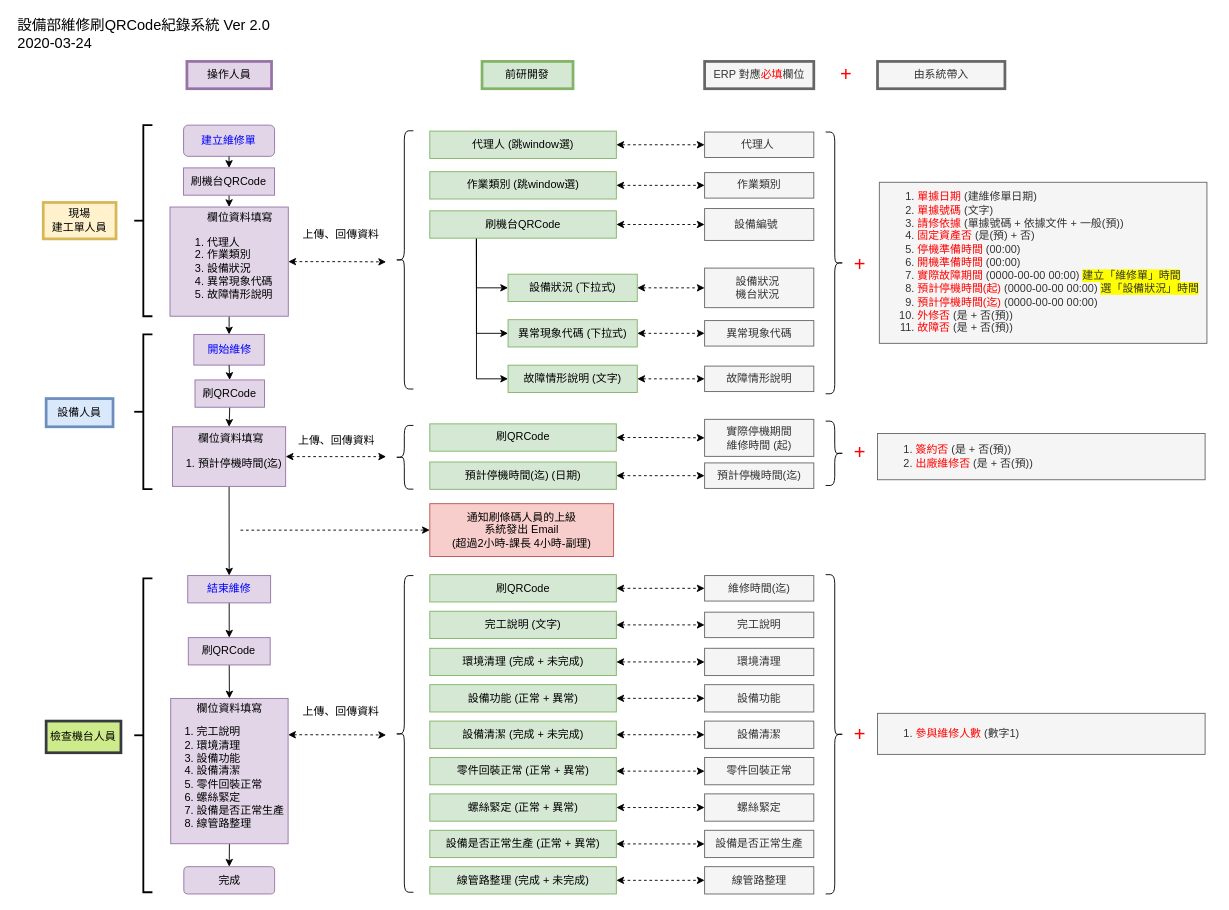
Before: 0325.drawio in tinalolo/drowio, a draw.io diagram. Source tidied: cells renumbered, new cells numbered last; positions are measured from the earlier drawing's top-left corner, leaving out a move shared by most shapes. Both pictures are drawn from the tidied source at 91%, with x=0, y=0 at pixel (15, 15).
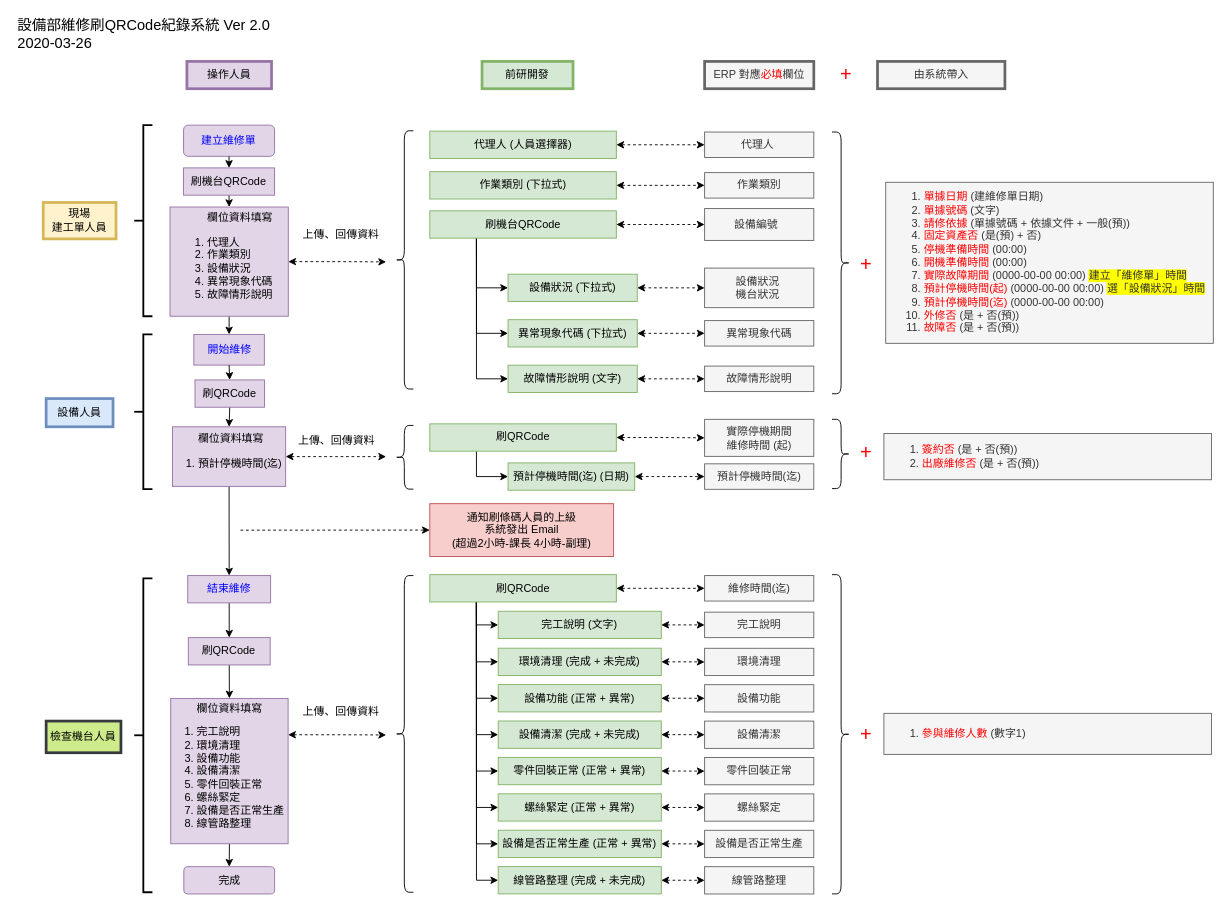
The same page after the edit.

The change refers to these unchanged cells:
```xml
<mxCell id="42" value="刷QRCode" style="text;html=1;strokeColor=#82b366;fillColor=#d5e8d4;align=center;verticalAlign=middle;whiteSpace=wrap;rounded=0;strokeWidth=1;labelPosition=center;verticalLabelPosition=middle;spacingLeft=0;" parent="1" vertex="1">
  <mxGeometry x="454.8" y="448.3" width="205" height="30" as="geometry" />
</mxCell>
<mxCell id="48" value="刷QRCode" style="text;html=1;strokeColor=#82b366;fillColor=#d5e8d4;align=center;verticalAlign=middle;whiteSpace=wrap;rounded=0;strokeWidth=1;labelPosition=center;verticalLabelPosition=middle;spacingLeft=0;" parent="1" vertex="1">
  <mxGeometry x="454.8" y="614" width="205" height="30" as="geometry" />
</mxCell>
```

What changed in the source:
```diff
@@
-    <mxCell id="3" value="&lt;span lang=&quot;EN-US&quot; style=&quot;font-size: 16px&quot;&gt;設備部維修刷QRC&lt;span class=&quot;926482506-07022020&quot; style=&quot;font-size: 16px&quot;&gt;ode紀錄系統&amp;nbsp;&lt;/span&gt;&lt;/span&gt;Ver 2.0&lt;br style=&quot;font-size: 16px&quot;&gt;2020-03-24" style="text;html=1;align=left;verticalAlign=middle;fontSize=16;" parent="1" vertex="1">
+    <mxCell id="3" value="&lt;span lang=&quot;EN-US&quot; style=&quot;font-size: 16px&quot;&gt;設備部維修刷QRC&lt;span class=&quot;926482506-07022020&quot; style=&quot;font-size: 16px&quot;&gt;ode紀錄系統&amp;nbsp;&lt;/span&gt;&lt;/span&gt;Ver 2.0&lt;br style=&quot;font-size: 16px&quot;&gt;2020-03-26" style="text;html=1;align=left;verticalAlign=middle;fontSize=16;" parent="1" vertex="1">
       <mxGeometry width="290" height="40" as="geometry" />
     </mxCell>
@@
-    <mxCell id="20" value="&lt;div&gt;&lt;span&gt;代理人 (跳window選)&lt;/span&gt;&lt;/div&gt;" style="text;html=1;strokeColor=#82b366;fillColor=#d5e8d4;align=center;verticalAlign=middle;whiteSpace=wrap;rounded=0;strokeWidth=1;labelPosition=center;verticalLabelPosition=middle;spacingLeft=0;" parent="1" vertex="1">
+    <mxCell id="20" value="&lt;div&gt;&lt;span&gt;代理人 (人員選擇器)&lt;/span&gt;&lt;/div&gt;" style="text;html=1;strokeColor=#82b366;fillColor=#d5e8d4;align=center;verticalAlign=middle;whiteSpace=wrap;rounded=0;strokeWidth=1;labelPosition=center;verticalLabelPosition=middle;spacingLeft=0;" parent="1" vertex="1">
       <mxGeometry x="454.8" y="126.6" width="205" height="30" as="geometry" />
     </mxCell>
@@
-    <mxCell id="22" value="&lt;span style=&quot;text-align: left&quot;&gt;作業類別 (跳window選)&lt;/span&gt;" style="text;html=1;strokeColor=#82b366;fillColor=#d5e8d4;align=center;verticalAlign=middle;whiteSpace=wrap;rounded=0;strokeWidth=1;labelPosition=center;verticalLabelPosition=middle;spacingLeft=0;" parent="1" vertex="1">
+    <mxCell id="22" value="&lt;span style=&quot;text-align: left&quot;&gt;作業類別 (下拉式)&lt;/span&gt;" style="text;html=1;strokeColor=#82b366;fillColor=#d5e8d4;align=center;verticalAlign=middle;whiteSpace=wrap;rounded=0;strokeWidth=1;labelPosition=center;verticalLabelPosition=middle;spacingLeft=0;" parent="1" vertex="1">
       <mxGeometry x="454.8" y="171.2" width="205" height="30" as="geometry" />
     </mxCell>
@@
     <mxCell id="30" value="&lt;ol&gt;&lt;li&gt;&lt;font color=&quot;#ff0000&quot; style=&quot;white-space: nowrap&quot;&gt;單據日期&lt;/font&gt;&lt;span style=&quot;white-space: nowrap&quot;&gt;&amp;nbsp;(建維修單日期)&lt;/span&gt;&lt;br&gt;&lt;/li&gt;&lt;li&gt;&lt;font style=&quot;line-height: 120%&quot;&gt;&lt;font color=&quot;#ff0000&quot; style=&quot;white-space: nowrap&quot;&gt;單據號碼 &lt;/font&gt;&lt;font style=&quot;white-space: nowrap&quot;&gt;(文字)&lt;/font&gt;&lt;/font&gt;&lt;/li&gt;&lt;li&gt;&lt;font style=&quot;line-height: 120%&quot;&gt;&lt;span style=&quot;text-align: center&quot;&gt;&lt;font color=&quot;#ff0000&quot;&gt;請修依據&lt;/font&gt; (單據號碼 + 依據文件 + 一般(&lt;/span&gt;&lt;span style=&quot;text-align: center&quot;&gt;預&lt;/span&gt;&lt;span style=&quot;text-align: center&quot;&gt;))&lt;/span&gt;&lt;span style=&quot;white-space: nowrap&quot;&gt;&amp;nbsp;&lt;/span&gt;&lt;/font&gt;&lt;/li&gt;&lt;li&gt;&lt;font style=&quot;line-height: 120%&quot;&gt;&lt;font color=&quot;#ff0000&quot; style=&quot;white-space: nowrap&quot;&gt;固定資產否&lt;/font&gt;&lt;span style=&quot;white-space: nowrap&quot;&gt;&amp;nbsp;(是(預) + 否)&lt;/span&gt;&lt;/font&gt;&lt;/li&gt;&lt;li&gt;&lt;font style=&quot;line-height: 120%&quot;&gt;&lt;font color=&quot;#ff0000&quot; style=&quot;white-space: nowrap&quot;&gt;停機準備時間&lt;/font&gt;&lt;span style=&quot;white-space: nowrap&quot;&gt;&amp;nbsp;(00:00)&lt;/span&gt;&lt;/font&gt;&lt;/li&gt;&lt;li&gt;&lt;font style=&quot;line-height: 120%&quot;&gt;&lt;font color=&quot;#ff0000&quot; style=&quot;white-space: nowrap&quot;&gt;開機準備時間&lt;/font&gt;&lt;span style=&quot;white-space: nowrap&quot;&gt;&amp;nbsp;(00:00)&lt;/span&gt;&lt;/font&gt;&lt;/li&gt;&lt;li&gt;&lt;font style=&quot;line-height: 120%&quot;&gt;&lt;font color=&quot;#ff0000&quot; style=&quot;white-space: nowrap&quot;&gt;實際故障期間&lt;/font&gt;&lt;span style=&quot;white-space: nowrap&quot;&gt;&amp;nbsp;(0000-00-00 00:00)&amp;nbsp;&lt;/span&gt;&lt;span style=&quot;white-space: nowrap ; background-color: rgb(255 , 255 , 0)&quot;&gt;建立「維修單」時間&lt;/span&gt;&lt;/font&gt;&lt;/li&gt;&lt;li&gt;&lt;font style=&quot;line-height: 120%&quot;&gt;&lt;font color=&quot;#ff0000&quot; style=&quot;white-space: nowrap&quot;&gt;預計停機時間(起)&lt;/font&gt;&lt;span style=&quot;white-space: nowrap&quot;&gt;&amp;nbsp;&lt;/span&gt;&lt;span style=&quot;white-space: nowrap&quot;&gt;(0000-00-00 00:00) &lt;span style=&quot;background-color: rgb(255 , 255 , 0)&quot;&gt;選「設備狀況」時間&lt;/span&gt;&lt;/span&gt;&lt;/font&gt;&lt;/li&gt;&lt;li&gt;&lt;font style=&quot;line-height: 120%&quot;&gt;&lt;font color=&quot;#ff0000&quot; style=&quot;white-space: nowrap&quot;&gt;預計停機時間(迄)&lt;/font&gt;&lt;font color=&quot;#007fff&quot; style=&quot;white-space: nowrap&quot;&gt;&amp;nbsp;&lt;/font&gt;&lt;font style=&quot;white-space: nowrap&quot;&gt;(0000-00-00 00:00)&lt;/font&gt;&lt;/font&gt;&lt;/li&gt;&lt;li&gt;&lt;font style=&quot;line-height: 120%&quot;&gt;&lt;font color=&quot;#ff0000&quot; style=&quot;white-space: nowrap&quot;&gt;外修否&lt;/font&gt;&lt;span style=&quot;white-space: nowrap&quot;&gt;&amp;nbsp;(是 + 否(預))&lt;/span&gt;&lt;/font&gt;&lt;/li&gt;&lt;li&gt;&lt;font style=&quot;line-height: 120%&quot;&gt;&lt;font color=&quot;#ff0000&quot; style=&quot;white-space: nowrap&quot;&gt;故障否&lt;/font&gt;&lt;span style=&quot;white-space: nowrap&quot;&gt;&amp;nbsp;(是 + 否(預))&amp;nbsp;&amp;nbsp;&lt;/span&gt;&lt;/font&gt;&lt;/li&gt;&lt;/ol&gt;" style="rounded=0;whiteSpace=wrap;html=1;strokeColor=#666666;strokeWidth=1;fontSize=12;align=left;fillColor=#f5f5f5;fontColor=#333333;" parent="1" vertex="1">
-      <mxGeometry x="948.8" y="182.8" width="360" height="177" as="geometry" />
+      <mxGeometry x="955.8" y="182.8" width="360" height="177" as="geometry" />
     </mxCell>
@@
+    <mxCell id="107" style="edgeStyle=orthogonalEdgeStyle;rounded=0;jettySize=auto;html=1;exitX=0.25;exitY=1;exitDx=0;exitDy=0;entryX=0;entryY=0.5;entryDx=0;entryDy=0;startArrow=none;startFill=0;endArrow=classic;endFill=1;fontSize=12;fontColor=#FF0000;" parent="1" edge="1" source="42" target="44">
+      <mxGeometry relative="1" as="geometry" />
+    </mxCell>
@@
     <mxCell id="44" value="預計停機時間(迄) (日期)" style="text;html=1;strokeColor=#82b366;fillColor=#d5e8d4;align=center;verticalAlign=middle;whiteSpace=wrap;rounded=0;strokeWidth=1;labelPosition=center;verticalLabelPosition=middle;spacingLeft=0;" parent="1" vertex="1">
-      <mxGeometry x="454.8" y="490.2" width="205" height="30" as="geometry" />
+      <mxGeometry x="540.8" y="491.2" width="139.2" height="30" as="geometry" />
     </mxCell>
@@
+    <mxCell id="108" style="edgeStyle=orthogonalEdgeStyle;rounded=0;jettySize=auto;html=1;exitX=0.25;exitY=1;exitDx=0;exitDy=0;entryX=0;entryY=0.5;entryDx=0;entryDy=0;startArrow=none;startFill=0;endArrow=classic;endFill=1;fontSize=12;fontColor=#FF0000;" parent="1" edge="1" source="48" target="50">
+      <mxGeometry relative="1" as="geometry">
+        <Array as="points">
+          <mxPoint x="506" y="669" />
+        </Array>
+      </mxGeometry>
+    </mxCell>
+    <mxCell id="109" style="edgeStyle=orthogonalEdgeStyle;rounded=0;jettySize=auto;html=1;exitX=0.25;exitY=1;exitDx=0;exitDy=0;entryX=0;entryY=0.5;entryDx=0;entryDy=0;startArrow=none;startFill=0;endArrow=classic;endFill=1;fontSize=12;fontColor=#FF0000;" parent="1" edge="1" source="48" target="53">
+      <mxGeometry relative="1" as="geometry" />
+    </mxCell>
+    <mxCell id="110" style="edgeStyle=orthogonalEdgeStyle;rounded=0;jettySize=auto;html=1;exitX=0.25;exitY=1;exitDx=0;exitDy=0;entryX=0;entryY=0.5;entryDx=0;entryDy=0;startArrow=none;startFill=0;endArrow=classic;endFill=1;fontSize=12;fontColor=#FF0000;" parent="1" edge="1" source="48" target="55">
+      <mxGeometry relative="1" as="geometry" />
+    </mxCell>
+    <mxCell id="111" style="edgeStyle=orthogonalEdgeStyle;rounded=0;jettySize=auto;html=1;exitX=0.25;exitY=1;exitDx=0;exitDy=0;entryX=0;entryY=0.5;entryDx=0;entryDy=0;startArrow=none;startFill=0;endArrow=classic;endFill=1;fontSize=12;fontColor=#FF0000;" parent="1" edge="1" source="48" target="57">
+      <mxGeometry relative="1" as="geometry" />
+    </mxCell>
+    <mxCell id="112" style="edgeStyle=orthogonalEdgeStyle;rounded=0;jettySize=auto;html=1;exitX=0.25;exitY=1;exitDx=0;exitDy=0;entryX=0;entryY=0.5;entryDx=0;entryDy=0;startArrow=none;startFill=0;endArrow=classic;endFill=1;fontSize=12;fontColor=#FF0000;" parent="1" edge="1" source="48" target="59">
+      <mxGeometry relative="1" as="geometry" />
+    </mxCell>
+    <mxCell id="113" style="edgeStyle=orthogonalEdgeStyle;rounded=0;jettySize=auto;html=1;exitX=0.25;exitY=1;exitDx=0;exitDy=0;entryX=0;entryY=0.5;entryDx=0;entryDy=0;startArrow=none;startFill=0;endArrow=classic;endFill=1;fontSize=12;fontColor=#FF0000;" parent="1" edge="1" source="48" target="61">
+      <mxGeometry relative="1" as="geometry" />
+    </mxCell>
+    <mxCell id="114" style="edgeStyle=orthogonalEdgeStyle;rounded=0;jettySize=auto;html=1;exitX=0.25;exitY=1;exitDx=0;exitDy=0;entryX=0;entryY=0.5;entryDx=0;entryDy=0;startArrow=none;startFill=0;endArrow=classic;endFill=1;fontSize=12;fontColor=#FF0000;" parent="1" edge="1" source="48" target="63">
+      <mxGeometry relative="1" as="geometry" />
+    </mxCell>
+    <mxCell id="115" style="edgeStyle=orthogonalEdgeStyle;rounded=0;jettySize=auto;html=1;exitX=0.25;exitY=1;exitDx=0;exitDy=0;entryX=0;entryY=0.5;entryDx=0;entryDy=0;startArrow=none;startFill=0;endArrow=classic;endFill=1;fontSize=12;fontColor=#FF0000;" parent="1" edge="1" source="48" target="65">
+      <mxGeometry relative="1" as="geometry" />
+    </mxCell>
@@
     <mxCell id="50" value="完工說明 (文字)" style="text;html=1;strokeColor=#82b366;fillColor=#d5e8d4;align=center;verticalAlign=middle;whiteSpace=wrap;rounded=0;strokeWidth=1;labelPosition=center;verticalLabelPosition=middle;spacingLeft=0;" parent="1" vertex="1">
-      <mxGeometry x="454.8" y="654.2" width="205" height="30" as="geometry" />
+      <mxGeometry x="530" y="654.2" width="179.2" height="30" as="geometry" />
     </mxCell>
@@
     <mxCell id="53" value="&lt;span style=&quot;text-align: left ; white-space: nowrap&quot;&gt;環境清理 (完成 + 未完成)&lt;/span&gt;" style="text;html=1;strokeColor=#82b366;fillColor=#d5e8d4;align=center;verticalAlign=middle;whiteSpace=wrap;rounded=0;strokeWidth=1;labelPosition=center;verticalLabelPosition=middle;spacingLeft=0;" parent="1" vertex="1">
-      <mxGeometry x="454.8" y="694.9" width="205" height="30" as="geometry" />
+      <mxGeometry x="530" y="694.8" width="179.2" height="30" as="geometry" />
     </mxCell>
@@
     <mxCell id="55" value="&lt;span style=&quot;text-align: left ; white-space: nowrap&quot;&gt;設備功能&amp;nbsp;&lt;/span&gt;&lt;span style=&quot;text-align: left ; white-space: nowrap&quot;&gt;(正常 + 異常)&lt;/span&gt;" style="text;html=1;strokeColor=#82b366;fillColor=#d5e8d4;align=center;verticalAlign=middle;whiteSpace=wrap;rounded=0;strokeWidth=1;labelPosition=center;verticalLabelPosition=middle;spacingLeft=0;" parent="1" vertex="1">
-      <mxGeometry x="454.8" y="734.9" width="205" height="30" as="geometry" />
+      <mxGeometry x="530" y="734.8" width="179.2" height="30" as="geometry" />
     </mxCell>
@@
     <mxCell id="57" value="&lt;span style=&quot;text-align: left ; white-space: nowrap&quot;&gt;設備清潔 (&lt;/span&gt;&lt;span style=&quot;text-align: left ; white-space: nowrap&quot;&gt;完成 + 未完成)&lt;/span&gt;" style="text;html=1;strokeColor=#82b366;fillColor=#d5e8d4;align=center;verticalAlign=middle;whiteSpace=wrap;rounded=0;strokeWidth=1;labelPosition=center;verticalLabelPosition=middle;spacingLeft=0;" parent="1" vertex="1">
-      <mxGeometry x="454.8" y="774.9" width="205" height="30" as="geometry" />
+      <mxGeometry x="530" y="774.8" width="179.2" height="30" as="geometry" />
     </mxCell>
@@
     <mxCell id="59" value="&lt;span style=&quot;text-align: left ; white-space: nowrap&quot;&gt;零件回裝正常 (&lt;/span&gt;&lt;span style=&quot;text-align: left ; white-space: nowrap&quot;&gt;正常 + 異常)&lt;/span&gt;" style="text;html=1;strokeColor=#82b366;fillColor=#d5e8d4;align=center;verticalAlign=middle;whiteSpace=wrap;rounded=0;strokeWidth=1;labelPosition=center;verticalLabelPosition=middle;spacingLeft=0;" parent="1" vertex="1">
-      <mxGeometry x="454.8" y="814.9" width="205" height="30" as="geometry" />
+      <mxGeometry x="530" y="814.8" width="179.2" height="30" as="geometry" />
     </mxCell>
@@
     <mxCell id="61" value="&lt;span style=&quot;text-align: left ; white-space: nowrap&quot;&gt;螺絲緊定&lt;/span&gt;&lt;span style=&quot;text-align: left ; white-space: nowrap&quot;&gt;&amp;nbsp;(&lt;/span&gt;&lt;span style=&quot;text-align: left ; white-space: nowrap&quot;&gt;正常 + 異常)&lt;/span&gt;" style="text;html=1;strokeColor=#82b366;fillColor=#d5e8d4;align=center;verticalAlign=middle;whiteSpace=wrap;rounded=0;strokeWidth=1;labelPosition=center;verticalLabelPosition=middle;spacingLeft=0;" parent="1" vertex="1">
-      <mxGeometry x="454.8" y="854.9" width="205" height="30" as="geometry" />
+      <mxGeometry x="530" y="854.8" width="179.2" height="30" as="geometry" />
     </mxCell>
@@
     <mxCell id="63" value="&lt;span style=&quot;text-align: left ; white-space: nowrap&quot;&gt;設備是否正常生產&lt;/span&gt;&lt;span style=&quot;text-align: left ; white-space: nowrap&quot;&gt;&amp;nbsp;(&lt;/span&gt;&lt;span style=&quot;text-align: left ; white-space: nowrap&quot;&gt;正常 + 異常)&lt;/span&gt;" style="text;html=1;strokeColor=#82b366;fillColor=#d5e8d4;align=center;verticalAlign=middle;whiteSpace=wrap;rounded=0;strokeWidth=1;labelPosition=center;verticalLabelPosition=middle;spacingLeft=0;" parent="1" vertex="1">
-      <mxGeometry x="454.8" y="894.9" width="205" height="30" as="geometry" />
+      <mxGeometry x="530" y="894.8" width="179.2" height="30" as="geometry" />
     </mxCell>
@@
     <mxCell id="65" value="&lt;span style=&quot;text-align: left ; white-space: nowrap&quot;&gt;線管路整理 (&lt;/span&gt;&lt;span style=&quot;text-align: left ; white-space: nowrap&quot;&gt;完成 + 未完成)&lt;/span&gt;" style="text;html=1;strokeColor=#82b366;fillColor=#d5e8d4;align=center;verticalAlign=middle;whiteSpace=wrap;rounded=0;strokeWidth=1;labelPosition=center;verticalLabelPosition=middle;spacingLeft=0;" parent="1" vertex="1">
-      <mxGeometry x="454.8" y="934.9" width="205" height="30" as="geometry" />
+      <mxGeometry x="530" y="934.8" width="179.2" height="30" as="geometry" />
     </mxCell>
@@
     <mxCell id="75" value="&lt;font style=&quot;font-size: 12px;&quot;&gt;&lt;span style=&quot;white-space: nowrap; font-size: 12px;&quot;&gt;預計停機時間(迄)&lt;/span&gt;&lt;br style=&quot;font-size: 12px;&quot;&gt;&lt;/font&gt;" style="rounded=0;whiteSpace=wrap;html=1;strokeColor=#666666;strokeWidth=1;fontSize=12;align=center;fillColor=#f5f5f5;verticalAlign=middle;horizontal=1;fontColor=#333333;" parent="1" vertex="1">
-      <mxGeometry x="756.8" y="491.2" width="120" height="28" as="geometry" />
+      <mxGeometry x="756.8" y="492.2" width="120" height="28" as="geometry" />
     </mxCell>
@@
     <mxCell id="88" value="&lt;font style=&quot;font-size: 12px ; line-height: 120%&quot;&gt;&lt;ol&gt;&lt;li&gt;&lt;span style=&quot;white-space: nowrap&quot;&gt;&lt;font color=&quot;#ff0000&quot;&gt;簽約否&lt;/font&gt; (是 + 否(預))&lt;/span&gt;&lt;/li&gt;&lt;li&gt;&lt;font style=&quot;font-size: 12px ; line-height: 120%&quot;&gt;&lt;span style=&quot;white-space: nowrap ; font-size: 12px&quot;&gt;&lt;font color=&quot;#ff0000&quot;&gt;出廠維修否&lt;/font&gt;&amp;nbsp;(是 + 否(預))&lt;/span&gt;&lt;/font&gt;&lt;/li&gt;&lt;/ol&gt;&lt;/font&gt;" style="rounded=0;whiteSpace=wrap;html=1;strokeColor=#666666;strokeWidth=1;fontSize=12;align=left;fillColor=#f5f5f5;fontColor=#333333;" parent="1" vertex="1">
-      <mxGeometry x="946.8" y="458.9" width="360" height="50.8" as="geometry" />
+      <mxGeometry x="953.8" y="458.9" width="360" height="50.8" as="geometry" />
     </mxCell>
     <mxCell id="89" value="&lt;font style=&quot;font-size: 12px ; line-height: 120%&quot;&gt;&lt;ol&gt;&lt;li&gt;&lt;font style=&quot;font-size: 12px ; line-height: 120%&quot;&gt;&lt;span style=&quot;white-space: nowrap ; font-size: 12px&quot;&gt;&lt;font color=&quot;#ff0000&quot;&gt;參與維修人數&lt;/font&gt; (數字1)&lt;/span&gt;&lt;/font&gt;&lt;/li&gt;&lt;/ol&gt;&lt;/font&gt;" style="rounded=0;whiteSpace=wrap;html=1;strokeColor=#666666;strokeWidth=1;fontSize=12;align=left;fillColor=#f5f5f5;fontColor=#333333;" parent="1" vertex="1">
-      <mxGeometry x="946.8" y="766.4" width="360" height="45.1" as="geometry" />
+      <mxGeometry x="953.8" y="766.4" width="360" height="45.1" as="geometry" />
     </mxCell>
@@
     <mxCell id="96" style="shape=curlyBracket;whiteSpace=wrap;html=1;rounded=1;strokeWidth=1;fontSize=12;fontColor=#FF0000;align=left;rotation=-180;" parent="1" vertex="1">
-      <mxGeometry x="889.8" y="127.6" width="20" height="287.6" as="geometry" />
+      <mxGeometry x="896.8" y="127.6" width="20" height="287.6" as="geometry" />
     </mxCell>
     <mxCell id="97" style="shape=curlyBracket;whiteSpace=wrap;html=1;rounded=1;strokeWidth=1;fontSize=12;fontColor=#FF0000;align=left;rotation=-180;" parent="1" vertex="1">
-      <mxGeometry x="889.8" y="445.3" width="20" height="70.7" as="geometry" />
+      <mxGeometry x="896.8" y="443.3" width="20" height="76.1" as="geometry" />
     </mxCell>
     <mxCell id="98" style="shape=curlyBracket;whiteSpace=wrap;html=1;rounded=1;strokeWidth=1;fontSize=12;fontColor=#FF0000;align=left;rotation=-180;" parent="1" vertex="1">
-      <mxGeometry x="889.8" y="614" width="20" height="350.8" as="geometry" />
+      <mxGeometry x="896.8" y="614" width="20" height="350.8" as="geometry" />
     </mxCell>
@@
     <mxCell id="100" value="&lt;font style=&quot;font-size: 22px&quot;&gt;+&lt;/font&gt;" style="text;html=1;align=center;verticalAlign=middle;fontSize=12;fontColor=#FF0000;" parent="1" vertex="1">
-      <mxGeometry x="911.8" y="263.8" width="30" height="20" as="geometry" />
+      <mxGeometry x="918.8" y="263.8" width="30" height="20" as="geometry" />
     </mxCell>
     <mxCell id="101" value="&lt;font style=&quot;font-size: 22px&quot;&gt;+&lt;/font&gt;" style="text;html=1;align=center;verticalAlign=middle;fontSize=12;fontColor=#FF0000;" parent="1" vertex="1">
-      <mxGeometry x="911.8" y="470.2" width="30" height="20" as="geometry" />
+      <mxGeometry x="918.8" y="470.2" width="30" height="20" as="geometry" />
     </mxCell>
     <mxCell id="102" value="&lt;font style=&quot;font-size: 22px&quot;&gt;+&lt;/font&gt;" style="text;html=1;align=center;verticalAlign=middle;fontSize=12;fontColor=#FF0000;" parent="1" vertex="1">
-      <mxGeometry x="911.8" y="779.9" width="30" height="20" as="geometry" />
+      <mxGeometry x="918.8" y="779.9" width="30" height="20" as="geometry" />
     </mxCell>
```
